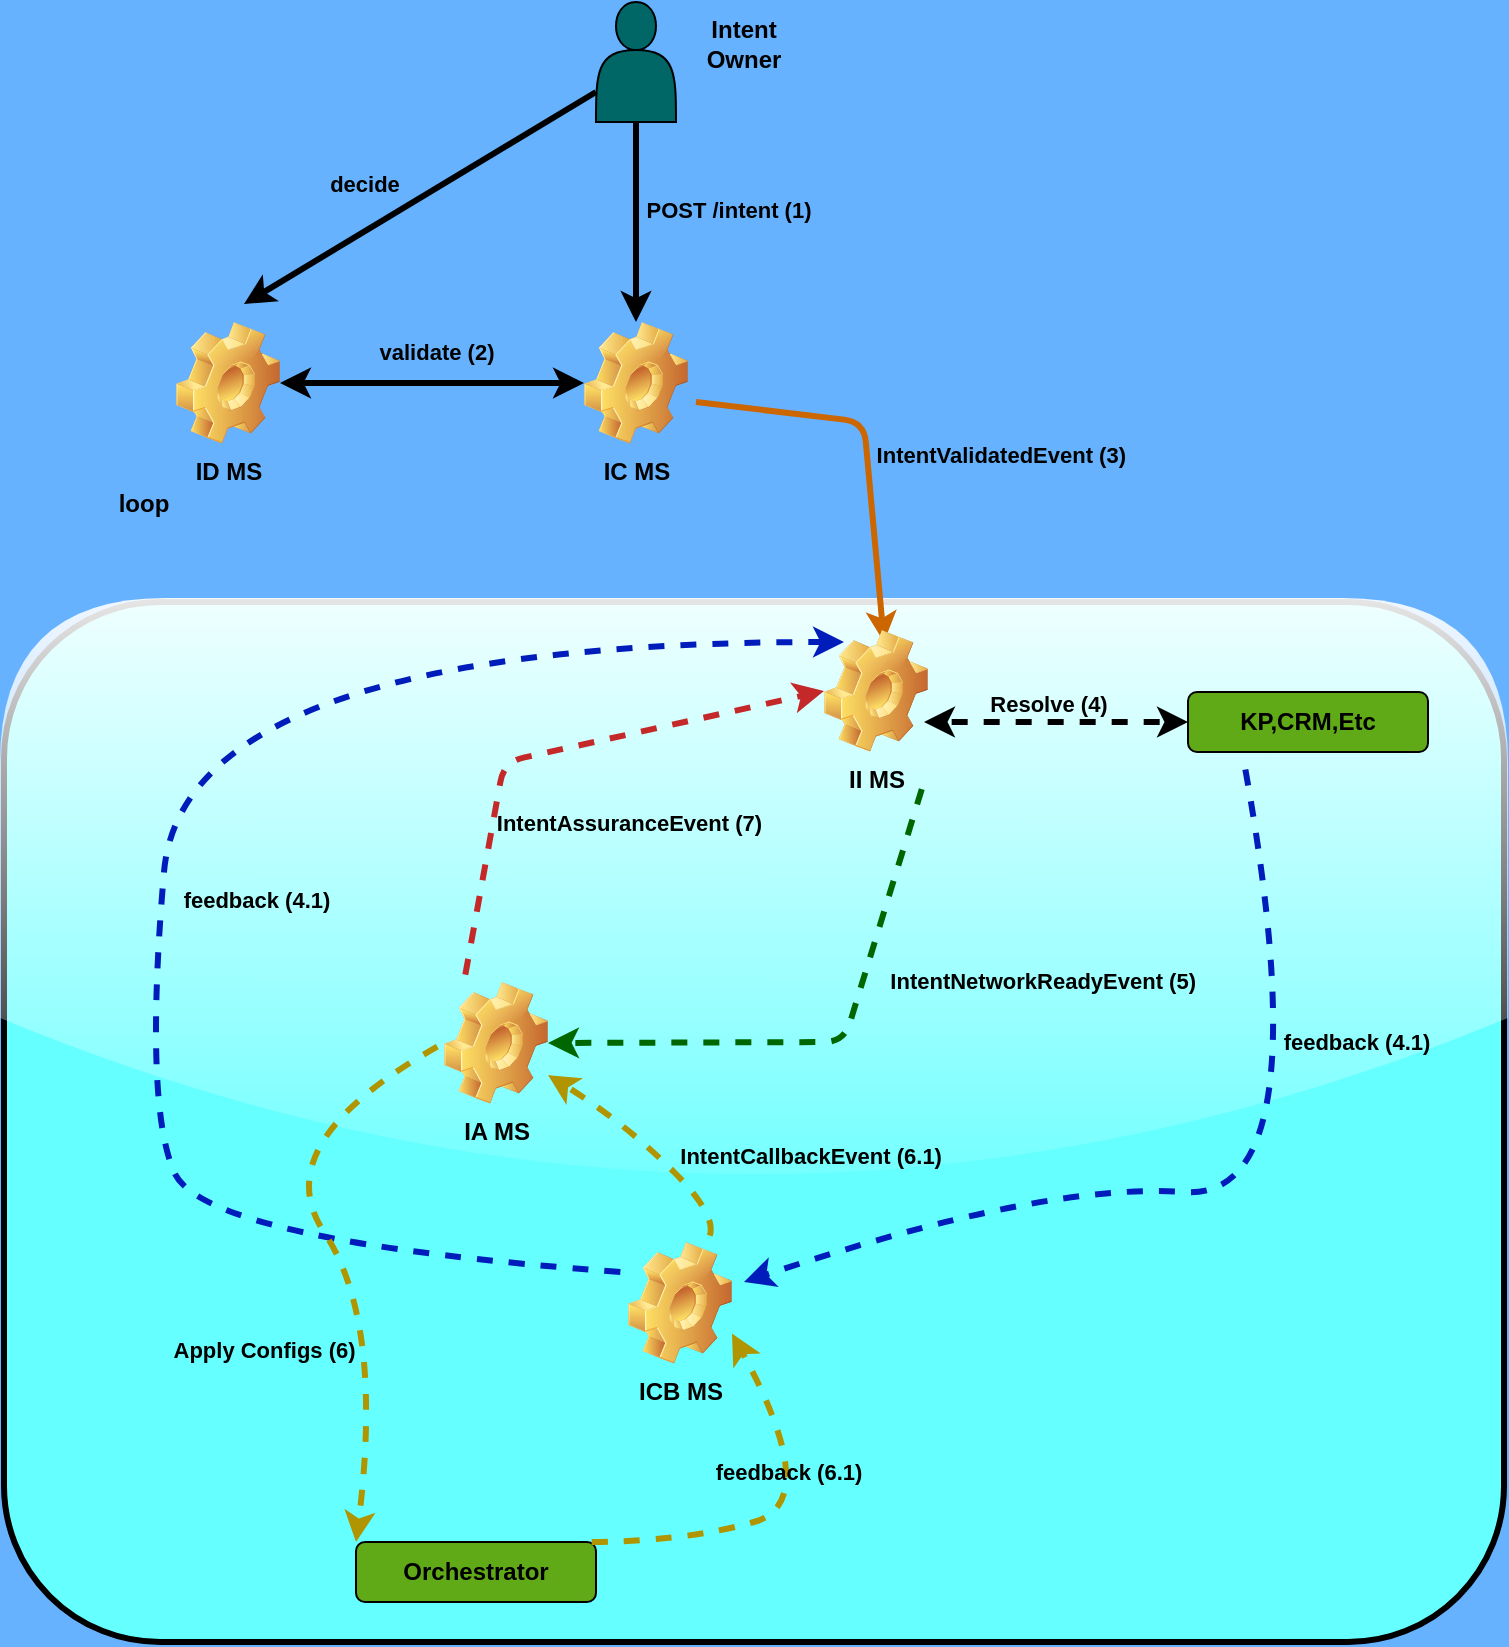
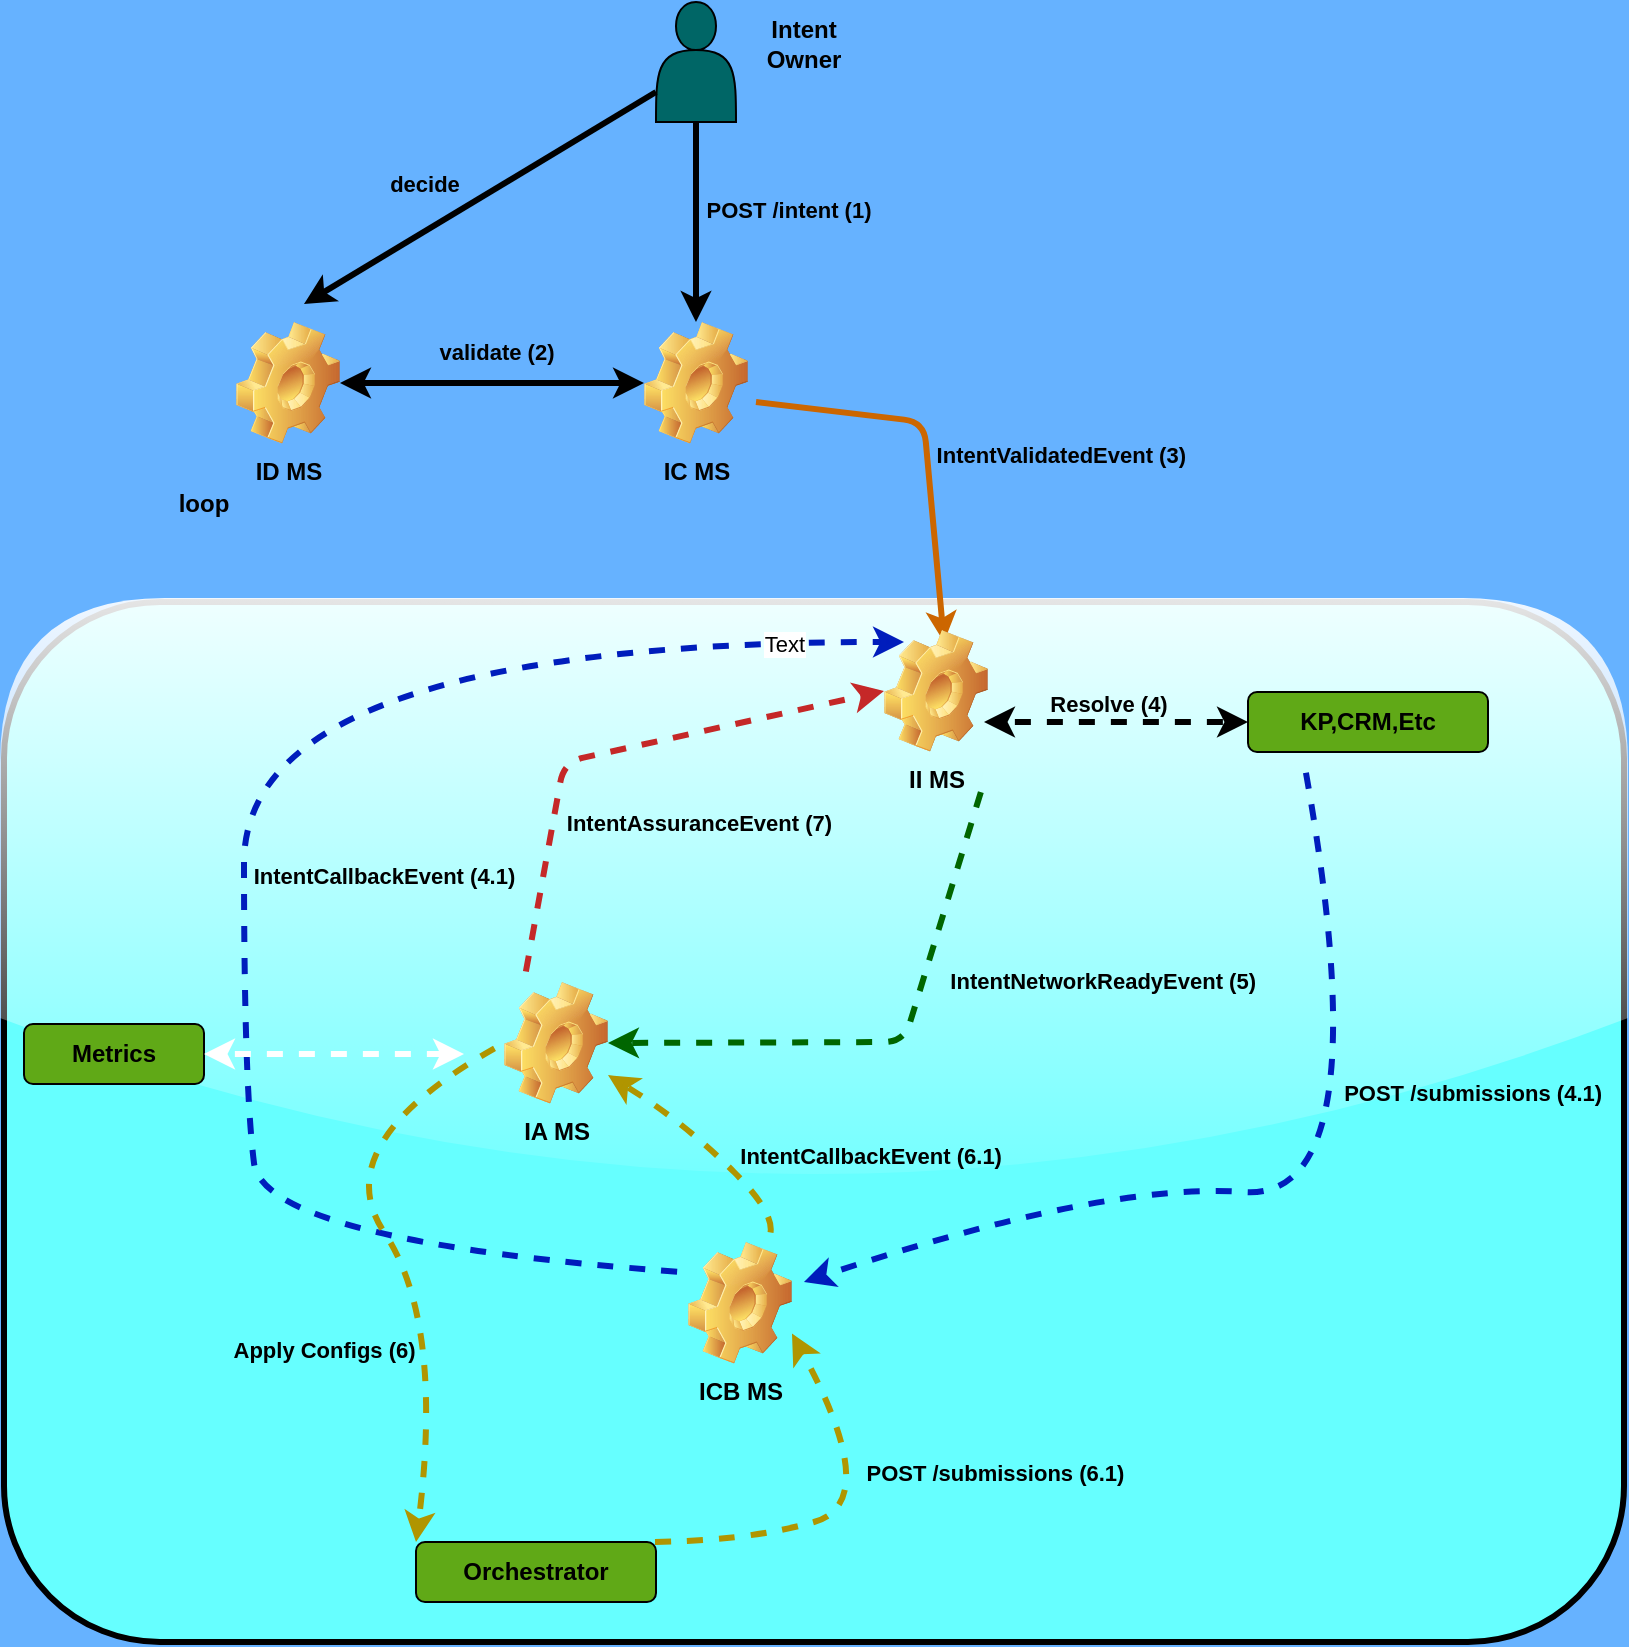
<mxfile host="65bd71144e">
    <diagram id="hkdiFI0e61aXNWWX01rr" name="Page-1">
        <mxGraphModel dx="904" dy="851" grid="1" gridSize="10" guides="1" tooltips="1" connect="1" arrows="1" fold="1" page="1" pageScale="1" pageWidth="827" pageHeight="1169" background="#66B2FF" math="0" shadow="0" adaptiveColors="none">
            <root>
                <mxCell id="0"/>
                <mxCell id="1" parent="0"/>
                <mxCell id="44" value="" style="rounded=1;whiteSpace=wrap;html=1;strokeWidth=3;glass=1;shadow=0;fillStyle=auto;fillColor=#66FFFF;fontColor=default;strokeColor=default;" parent="1" vertex="1">
-                     <mxGeometry x="40" y="449" width="750" height="520" as="geometry"/>
+                     <mxGeometry x="10" y="449" width="810" height="520" as="geometry"/>
                </mxCell>
                <mxCell id="2" value="IA MS" style="shape=image;html=1;verticalLabelPosition=bottom;verticalAlign=top;imageAspect=1;aspect=fixed;image=img/clipart/Gear_128x128.png;container=0;fontStyle=1" parent="1" vertex="1">
                    <mxGeometry x="260" y="639" width="52" height="61" as="geometry"/>
                </mxCell>
-                 <mxCell id="7" value="" style="endArrow=classic;html=1;shadow=0;flowAnimation=1;strokeWidth=3;strokeColor=light-dark(#c52828, #ededed);entryX=0;entryY=0.5;entryDx=0;entryDy=0;" parent="1" edge="1" target="28">
+                 <mxCell id="7" value="" style="endArrow=classic;html=1;shadow=0;flowAnimation=1;strokeWidth=3;strokeColor=light-dark(#c52828, #ededed);entryX=0;entryY=0.5;entryDx=0;entryDy=0;jumpStyle=arc;" parent="1" edge="1" target="28">
                    <mxGeometry width="50" height="50" relative="1" as="geometry">
                        <mxPoint x="270" y="639" as="sourcePoint"/>
                        <mxPoint x="430" y="489" as="targetPoint"/>
                        <Array as="points">
                            <mxPoint x="290" y="529"/>
                        </Array>
                    </mxGeometry>
                </mxCell>
                <mxCell id="9" value="IntentNetworkReadyEvent (5)" style="edgeLabel;align=center;verticalAlign=middle;resizable=0;points=[];container=0;fontColor=default;labelBackgroundColor=none;fontStyle=1;" parent="7" vertex="1" connectable="0">
                    <mxGeometry x="0.0249" y="3" relative="1" as="geometry">
                        <mxPoint x="241" y="118" as="offset"/>
                    </mxGeometry>
                </mxCell>
                <mxCell id="8" value="" style="endArrow=classic;html=1;entryX=1;entryY=0.5;entryDx=0;entryDy=0;exitX=1;exitY=1;exitDx=0;exitDy=0;flowAnimation=1;jumpStyle=arc;strokeWidth=3;strokeColor=#006600;" parent="1" target="2" edge="1">
                    <mxGeometry width="50" height="50" relative="1" as="geometry">
                        <mxPoint x="500" y="539" as="sourcePoint"/>
                        <mxPoint x="470" y="719" as="targetPoint"/>
                        <Array as="points">
                            <mxPoint x="460" y="669"/>
                        </Array>
                    </mxGeometry>
                </mxCell>
                <mxCell id="10" value="IntentAssuranceEvent (7)" style="edgeLabel;align=center;verticalAlign=middle;resizable=0;points=[];container=0;labelBackgroundColor=none;fontStyle=1" parent="8" vertex="1" connectable="0">
                    <mxGeometry x="-0.196" relative="1" as="geometry">
-                         <mxPoint x="-114" y="-89" as="offset"/>
+                         <mxPoint x="-109" y="-89" as="offset"/>
                    </mxGeometry>
                </mxCell>
                <mxCell id="12" value="IC MS" style="shape=image;html=1;verticalLabelPosition=bottom;verticalAlign=top;imageAspect=1;aspect=fixed;image=img/clipart/Gear_128x128.png;fontStyle=1" parent="1" vertex="1">
                    <mxGeometry x="330" y="309" width="52" height="61" as="geometry"/>
                </mxCell>
                <mxCell id="13" value="" style="shape=actor;whiteSpace=wrap;html=1;fillColor=#006666;strokeColor=default;" parent="1" vertex="1">
                    <mxGeometry x="336" y="149" width="40" height="60" as="geometry"/>
                </mxCell>
                <mxCell id="14" value="" style="endArrow=classic;html=1;exitX=0.5;exitY=1;exitDx=0;exitDy=0;strokeWidth=3;flowAnimation=0;" parent="1" source="13" target="12" edge="1">
                    <mxGeometry width="50" height="50" relative="1" as="geometry">
                        <mxPoint x="430" y="379" as="sourcePoint"/>
                        <mxPoint x="480" y="329" as="targetPoint"/>
                    </mxGeometry>
                </mxCell>
                <mxCell id="17" value="POST /intent (1)" style="edgeLabel;html=1;align=center;verticalAlign=middle;resizable=0;points=[];fontColor=default;fontStyle=1;labelBackgroundColor=none;" parent="14" vertex="1" connectable="0">
                    <mxGeometry x="-0.13" relative="1" as="geometry">
                        <mxPoint x="46" as="offset"/>
                    </mxGeometry>
                </mxCell>
                <mxCell id="15" value="ICB MS" style="shape=image;html=1;verticalLabelPosition=bottom;verticalAlign=top;imageAspect=1;aspect=fixed;image=img/clipart/Gear_128x128.png;fontStyle=1" parent="1" vertex="1">
                    <mxGeometry x="352" y="769" width="52" height="61" as="geometry"/>
                </mxCell>
                <mxCell id="16" value="" style="endArrow=classic;html=1;exitX=0.5;exitY=1;exitDx=0;exitDy=0;strokeWidth=3;flowAnimation=0;jumpStyle=arc;strokeColor=#CC6600;" parent="1" edge="1">
                    <mxGeometry width="50" height="50" relative="1" as="geometry">
                        <mxPoint x="386" y="349" as="sourcePoint"/>
                        <mxPoint x="480" y="469" as="targetPoint"/>
                        <Array as="points">
                            <mxPoint x="470" y="359"/>
                        </Array>
                    </mxGeometry>
                </mxCell>
                <mxCell id="18" value="IntentValidatedEvent (3)" style="edgeLabel;align=center;verticalAlign=middle;resizable=0;points=[];fontColor=default;fontStyle=1;labelBackgroundColor=none;" parent="16" vertex="1" connectable="0">
                    <mxGeometry x="0.0229" y="-3" relative="1" as="geometry">
                        <mxPoint x="70" as="offset"/>
                    </mxGeometry>
                </mxCell>
                <mxCell id="21" value="Orchestrator" style="rounded=1;whiteSpace=wrap;html=1;fillColor=#60a917;fontColor=default;strokeColor=default;fontStyle=1;" parent="1" vertex="1">
                    <mxGeometry x="216" y="919" width="120" height="30" as="geometry"/>
                </mxCell>
                <mxCell id="22" value="Intent Owner" style="text;html=1;align=center;verticalAlign=middle;whiteSpace=wrap;rounded=0;fontStyle=1" parent="1" vertex="1">
                    <mxGeometry x="380" y="155" width="60" height="30" as="geometry"/>
                </mxCell>
                <mxCell id="23" value="KP,CRM,Etc" style="rounded=1;whiteSpace=wrap;html=1;fillColor=#60a917;fontColor=default;strokeColor=default;fontStyle=1;" parent="1" vertex="1">
                    <mxGeometry x="632" y="494" width="120" height="30" as="geometry"/>
                </mxCell>
                <mxCell id="25" value="" style="endArrow=classic;startArrow=classic;html=1;exitX=1;exitY=0.5;exitDx=0;exitDy=0;entryX=0;entryY=0.5;entryDx=0;entryDy=0;endSize=6;strokeWidth=3;flowAnimation=1;" parent="1" target="23" edge="1">
                    <mxGeometry width="50" height="50" relative="1" as="geometry">
                        <mxPoint x="500" y="509" as="sourcePoint"/>
                        <mxPoint x="590" y="519" as="targetPoint"/>
                    </mxGeometry>
                </mxCell>
                <mxCell id="34" value="Resolve (4)" style="edgeLabel;html=1;align=center;verticalAlign=middle;resizable=0;points=[];fontStyle=1;labelBackgroundColor=none;" parent="25" vertex="1" connectable="0">
                    <mxGeometry x="-0.0667" relative="1" as="geometry">
                        <mxPoint y="-9" as="offset"/>
                    </mxGeometry>
                </mxCell>
                <mxCell id="28" value="II MS" style="shape=image;html=1;verticalLabelPosition=bottom;verticalAlign=top;imageAspect=1;aspect=fixed;image=img/clipart/Gear_128x128.png;fontStyle=1" parent="1" vertex="1">
                    <mxGeometry x="450" y="463" width="52" height="61" as="geometry"/>
                </mxCell>
                <mxCell id="29" value="ID MS" style="shape=image;html=1;verticalLabelPosition=bottom;verticalAlign=top;imageAspect=1;aspect=fixed;image=img/clipart/Gear_128x128.png;fontStyle=1" parent="1" vertex="1">
                    <mxGeometry x="126" y="309" width="52" height="61" as="geometry"/>
                </mxCell>
                <mxCell id="30" value="" style="endArrow=classic;startArrow=classic;html=1;exitX=1;exitY=0.5;exitDx=0;exitDy=0;entryX=0;entryY=0.5;entryDx=0;entryDy=0;strokeWidth=3;flowAnimation=0;" parent="1" source="29" target="12" edge="1">
                    <mxGeometry width="50" height="50" relative="1" as="geometry">
                        <mxPoint x="280" y="469" as="sourcePoint"/>
                        <mxPoint x="330" y="419" as="targetPoint"/>
                    </mxGeometry>
                </mxCell>
                <mxCell id="31" value="validate (2)" style="edgeLabel;html=1;align=center;verticalAlign=middle;resizable=0;points=[];fontStyle=1;labelBackgroundColor=none;" parent="30" vertex="1" connectable="0">
                    <mxGeometry y="2" relative="1" as="geometry">
                        <mxPoint x="2" y="-14" as="offset"/>
                    </mxGeometry>
                </mxCell>
                <mxCell id="32" value="" style="curved=1;endArrow=classic;html=1;strokeWidth=3;flowAnimation=1;fillColor=#0050ef;strokeColor=#001DBC;" parent="1" edge="1">
                    <mxGeometry width="50" height="50" relative="1" as="geometry">
                        <mxPoint x="660" y="529" as="sourcePoint"/>
                        <mxPoint x="410" y="789" as="targetPoint"/>
                        <Array as="points">
                            <mxPoint x="700" y="749"/>
                            <mxPoint x="560" y="739"/>
                        </Array>
                    </mxGeometry>
                </mxCell>
-                 <mxCell id="35" value="feedback (4.1)" style="edgeLabel;html=1;align=center;verticalAlign=middle;resizable=0;points=[];fontStyle=1;labelBackgroundColor=none;" parent="32" vertex="1" connectable="0">
-                     <mxGeometry x="-0.3546" y="-15" relative="1" as="geometry">
-                         <mxPoint x="40" y="-29" as="offset"/>
-                     </mxGeometry>
-                 </mxCell>
                <mxCell id="33" value="" style="curved=1;endArrow=classic;html=1;exitX=0;exitY=0.25;exitDx=0;exitDy=0;strokeWidth=3;flowAnimation=1;fillColor=#0050ef;strokeColor=#001DBC;" parent="1" source="15" edge="1">
                    <mxGeometry width="50" height="50" relative="1" as="geometry">
                        <mxPoint x="90" y="769" as="sourcePoint"/>
                        <mxPoint x="460" y="469" as="targetPoint"/>
                        <Array as="points">
                            <mxPoint x="140" y="769"/>
-                             <mxPoint x="110" y="699"/>
+                             <mxPoint x="130" y="690"/>
                            <mxPoint x="130" y="469"/>
                        </Array>
+                     </mxGeometry>
+                 </mxCell>
+                 <mxCell id="52" value="Text" style="edgeLabel;html=1;align=center;verticalAlign=middle;resizable=0;points=[];" vertex="1" connectable="0" parent="33">
+                     <mxGeometry x="0.8545" y="-1" relative="1" as="geometry">
+                         <mxPoint x="1" as="offset"/>
                    </mxGeometry>
                </mxCell>
                <mxCell id="36" value="" style="curved=1;endArrow=classic;html=1;exitX=0;exitY=0.5;exitDx=0;exitDy=0;entryX=0;entryY=0;entryDx=0;entryDy=0;strokeWidth=3;fillColor=#e3c800;strokeColor=#B09500;flowAnimation=1;" parent="1" source="2" target="21" edge="1">
                    <mxGeometry width="50" height="50" relative="1" as="geometry">
                        <mxPoint x="230" y="859" as="sourcePoint"/>
                        <mxPoint x="280" y="809" as="targetPoint"/>
                        <Array as="points">
                            <mxPoint x="170" y="719"/>
                            <mxPoint x="230" y="809"/>
                        </Array>
                    </mxGeometry>
                </mxCell>
                <mxCell id="37" value="Apply Configs (6)" style="edgeLabel;align=center;verticalAlign=middle;resizable=0;points=[];labelBackgroundColor=none;fontColor=default;fontStyle=1" parent="36" vertex="1" connectable="0">
                    <mxGeometry x="0.2297" y="-7" relative="1" as="geometry">
                        <mxPoint x="-47" y="20" as="offset"/>
                    </mxGeometry>
                </mxCell>
                <mxCell id="38" value="" style="curved=1;endArrow=classic;html=1;entryX=1;entryY=0.75;entryDx=0;entryDy=0;fillColor=#e3c800;strokeColor=#B09500;strokeWidth=3;flowAnimation=1;" parent="1" target="15" edge="1">
                    <mxGeometry width="50" height="50" relative="1" as="geometry">
                        <mxPoint x="330" y="919" as="sourcePoint"/>
                        <mxPoint x="380" y="869" as="targetPoint"/>
                        <Array as="points">
                            <mxPoint x="380" y="919"/>
                            <mxPoint x="450" y="899"/>
                        </Array>
                    </mxGeometry>
                </mxCell>
-                 <mxCell id="39" value="feedback (6.1)" style="edgeLabel;html=1;align=center;verticalAlign=middle;resizable=0;points=[];fontStyle=1;labelBackgroundColor=none;" parent="38" vertex="1" connectable="0">
+                 <mxCell id="39" value="POST /submissions (6.1)" style="edgeLabel;align=center;verticalAlign=middle;resizable=0;points=[];fontStyle=1;labelBackgroundColor=none;fontColor=default;" parent="38" vertex="1" connectable="0">
                    <mxGeometry x="0.3261" y="9" relative="1" as="geometry">
-                         <mxPoint as="offset"/>
+                         <mxPoint x="74" as="offset"/>
                    </mxGeometry>
                </mxCell>
                <mxCell id="40" value="" style="curved=1;endArrow=classic;html=1;exitX=0.75;exitY=0;exitDx=0;exitDy=0;fillColor=#e3c800;strokeColor=#B09500;strokeWidth=3;flowAnimation=1;" parent="1" source="15" target="2" edge="1">
                    <mxGeometry width="50" height="50" relative="1" as="geometry">
                        <mxPoint x="350" y="759" as="sourcePoint"/>
                        <mxPoint x="400" y="709" as="targetPoint"/>
                        <Array as="points">
                            <mxPoint x="400" y="759"/>
                            <mxPoint x="350" y="709"/>
                        </Array>
                    </mxGeometry>
                </mxCell>
                <mxCell id="41" value="IntentCallbackEvent (6.1)" style="edgeLabel;align=center;verticalAlign=middle;resizable=0;points=[];fontStyle=1;labelBackgroundColor=none;fontColor=default;" parent="40" vertex="1" connectable="0">
                    <mxGeometry x="-0.0281" relative="1" as="geometry">
                        <mxPoint x="78" y="1" as="offset"/>
                    </mxGeometry>
                </mxCell>
-                 <mxCell id="42" value="feedback (4.1)" style="edgeLabel;html=1;align=center;verticalAlign=middle;resizable=0;points=[];fontStyle=1;labelBackgroundColor=none;" parent="1" vertex="1" connectable="0">
-                     <mxGeometry x="165.29470496609838" y="597.9734264697843" as="geometry"/>
-                 </mxCell>
                <mxCell id="45" value="loop" style="text;html=1;align=center;verticalAlign=middle;whiteSpace=wrap;rounded=0;fontStyle=1" vertex="1" parent="1">
                    <mxGeometry x="80" y="385" width="60" height="30" as="geometry"/>
                </mxCell>
                <mxCell id="46" value="" style="endArrow=classic;html=1;exitX=0;exitY=0.75;exitDx=0;exitDy=0;strokeWidth=3;" edge="1" parent="1" source="13">
                    <mxGeometry width="50" height="50" relative="1" as="geometry">
                        <mxPoint x="170" y="220" as="sourcePoint"/>
                        <mxPoint x="160" y="300" as="targetPoint"/>
                    </mxGeometry>
                </mxCell>
                <mxCell id="47" value="decide" style="edgeLabel;html=1;align=center;verticalAlign=middle;resizable=0;points=[];labelBackgroundColor=none;fontStyle=1" vertex="1" connectable="0" parent="46">
                    <mxGeometry x="-0.0222" y="1" relative="1" as="geometry">
                        <mxPoint x="-31" y="-7" as="offset"/>
                    </mxGeometry>
+                 </mxCell>
+                 <mxCell id="48" value="Metrics" style="rounded=1;whiteSpace=wrap;html=1;fillColor=#60a917;fontColor=default;strokeColor=default;fontStyle=1" vertex="1" parent="1">
+                     <mxGeometry x="20" y="660" width="90" height="30" as="geometry"/>
+                 </mxCell>
+                 <mxCell id="49" value="" style="endArrow=classic;startArrow=classic;html=1;exitX=1;exitY=0.5;exitDx=0;exitDy=0;strokeWidth=3;flowAnimation=1;strokeColor=#FFFFFF;jumpStyle=arc;" edge="1" parent="1" source="48">
+                     <mxGeometry width="50" height="50" relative="1" as="geometry">
+                         <mxPoint x="150" y="720" as="sourcePoint"/>
+                         <mxPoint x="240" y="675" as="targetPoint"/>
+                     </mxGeometry>
+                 </mxCell>
+                 <mxCell id="50" value="IntentCallbackEvent (4.1)" style="edgeLabel;align=center;verticalAlign=middle;resizable=0;points=[];fontStyle=1;labelBackgroundColor=none;fontColor=default;" vertex="1" connectable="0" parent="1">
+                     <mxGeometry x="200.0011238408634" y="585.0011238408631" as="geometry"/>
+                 </mxCell>
+                 <mxCell id="51" value="POST /submissions (4.1)" style="edgeLabel;align=center;verticalAlign=middle;resizable=0;points=[];fontStyle=1;labelBackgroundColor=none;fontColor=default;" vertex="1" connectable="0" parent="1">
+                     <mxGeometry x="744.3029013611379" y="693.5364916215115" as="geometry"/>
                </mxCell>
            </root>
        </mxGraphModel>
    </diagram>
</mxfile>